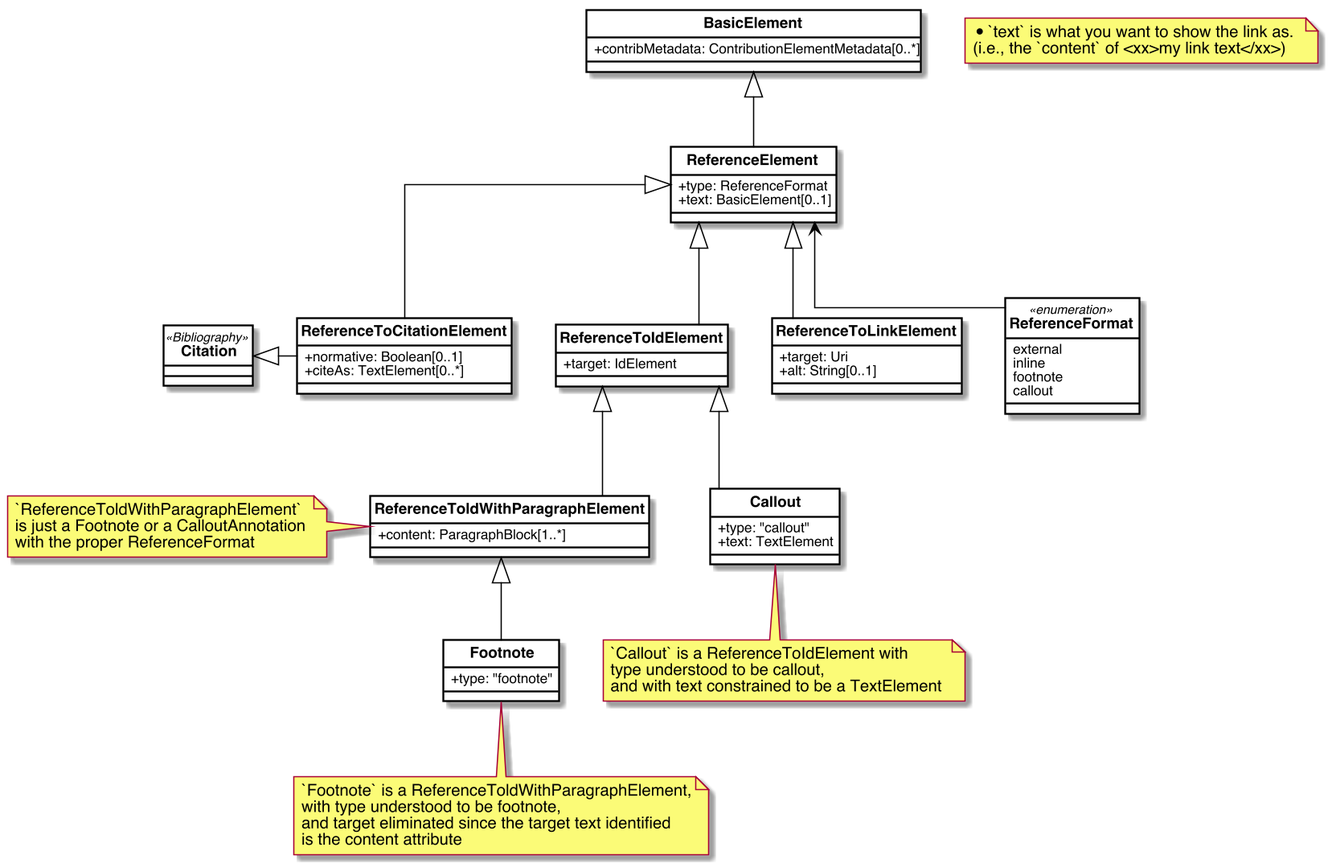
Above: images/ReferenceElements.png in metanorma/basicdoc-models (PlantUML), before the change.
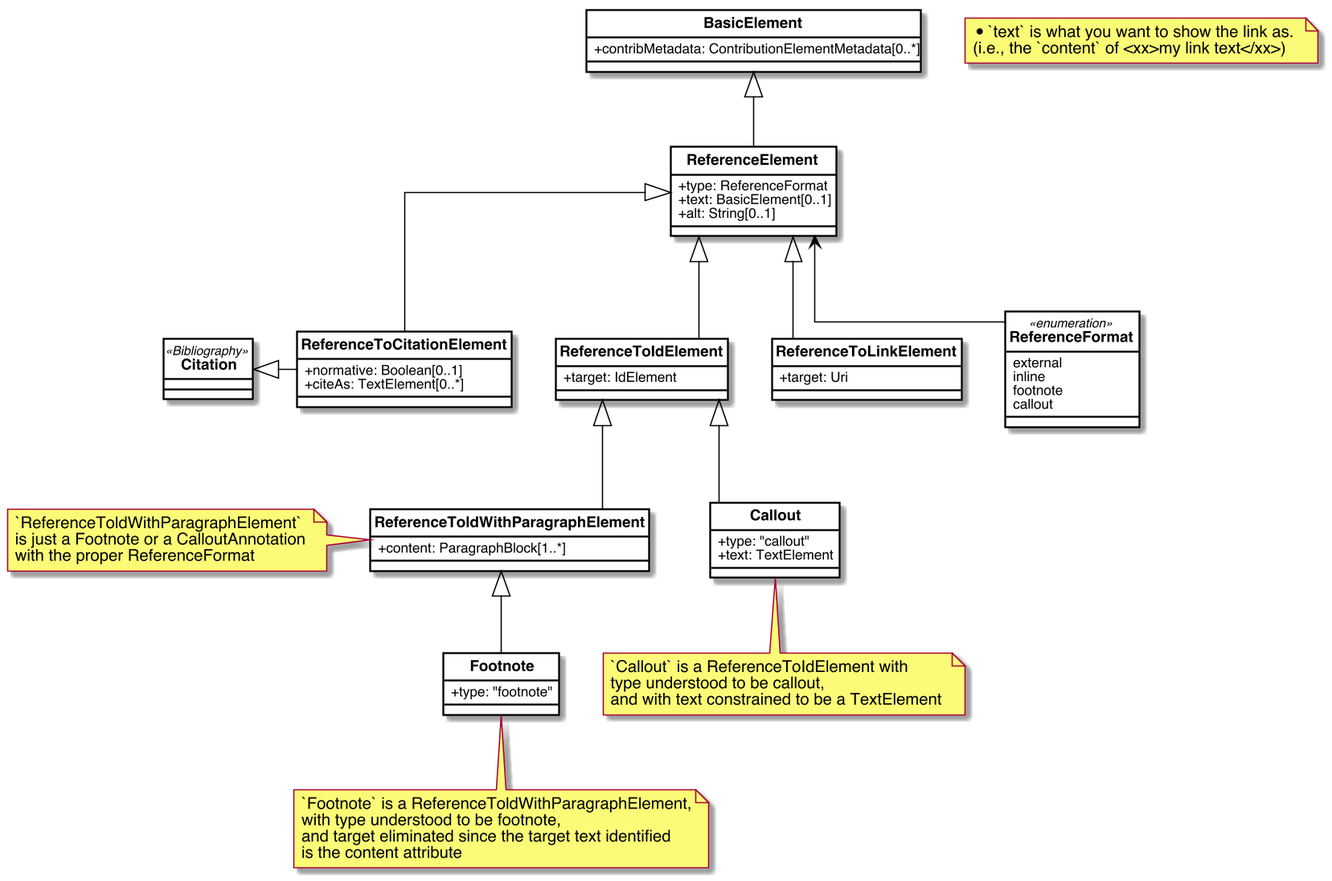
After the change.

The edit, as a diff of the source:
```diff
@@ -47,6 +47,7 @@
 class ReferenceElement{
     +type: ReferenceFormat
     +text: BasicElement[0..1]
+    +alt: String[0..1]
 }
 
 class Citation <<Bibliography>>{
@@ -59,7 +60,6 @@
 
 class ReferenceToLinkElement{
     +target: Uri
-    +alt: String[0..1]
 }
 
 class ReferenceToCitationElement{
```
